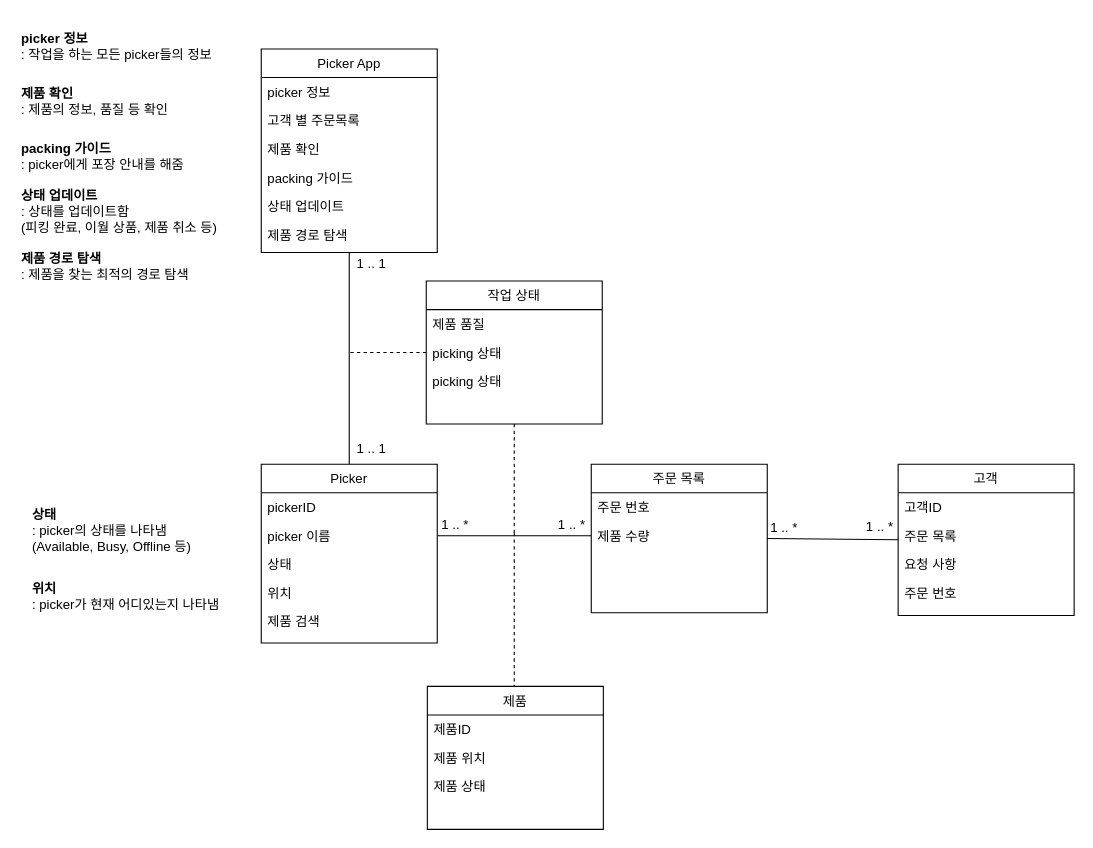
Above: 시분설_6조_class_diagram.drawio in dbsrudrla/diagram (draw.io), before the change. Source tidied: cells renumbered, new cells numbered last; positions are measured from the earlier drawing's top-left corner, leaving out a move shared by most shapes. Both pictures are drawn from the tidied source at 110%, with x=0, y=0 at pixel (19, 19).
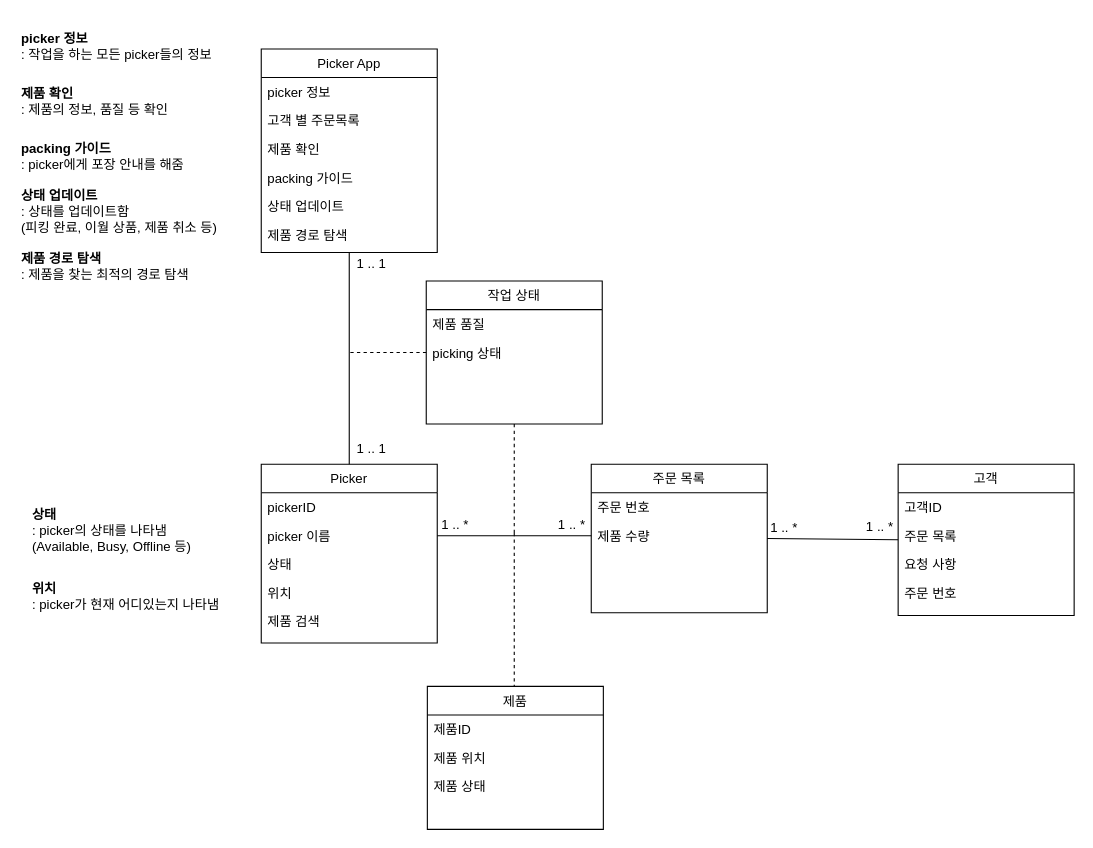
After the change.

Commit message:
시분설_6조_class_diagram.drawio 업데이트

The change refers to these unchanged cells:
```xml
<mxCell id="27" value="작업 상태" style="swimlane;fontStyle=0;align=center;verticalAlign=top;horizontal=1;startSize=26;rounded=0;shadow=0;strokeWidth=1;" parent="1" vertex="1">
  <mxGeometry x="370" y="238" width="160" height="130" as="geometry" />
</mxCell>
```

What changed in the source:
```diff
@@
-    <mxCell id="30" value="picking 상태" style="text;align=left;verticalAlign=top;spacingLeft=4;spacingRight=4;overflow=hidden;rounded=0;shadow=0;html=0;" parent="27" vertex="1">
-      <mxGeometry y="78" width="160" height="26" as="geometry" />
-    </mxCell>
```
